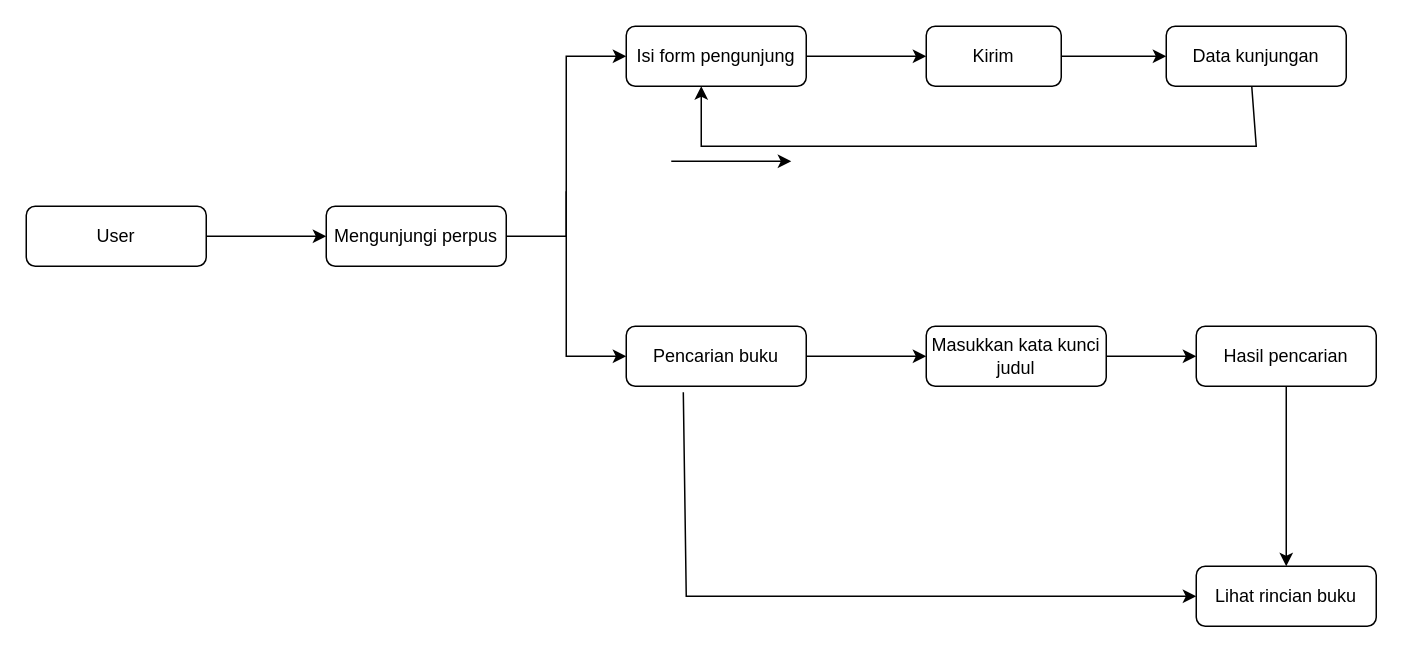
Above: Untitled Diagram.drawio in vazkya/Web (draw.io), before the change. Source tidied: cells renumbered, new cells numbered last; positions are measured from the earlier drawing's top-left corner, leaving out a move shared by most shapes. Both pictures are drawn from the tidied source at 150%, with x=0, y=0 at pixel (26, 26).
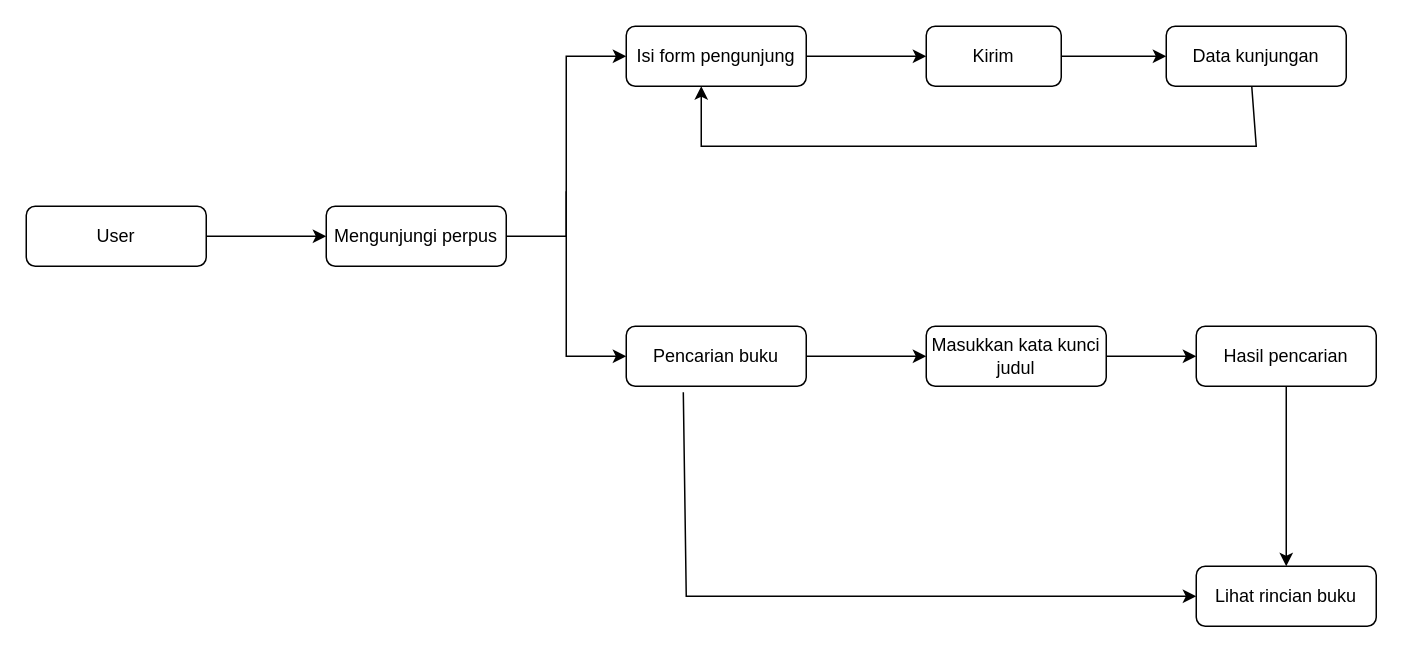
After the change.

Diff of the diagram source:
```diff
@@
-    <mxCell id="21" style="endArrow=classic;html=1;rounded=0;" parent="1" edge="1">
-      <mxGeometry relative="1" as="geometry">
-        <mxPoint x="430" y="90" as="sourcePoint" />
-        <mxPoint x="510" y="90" as="targetPoint" />
-        <Array as="points">
-          <mxPoint x="470" y="90" />
-        </Array>
-      </mxGeometry>
-    </mxCell>
```
